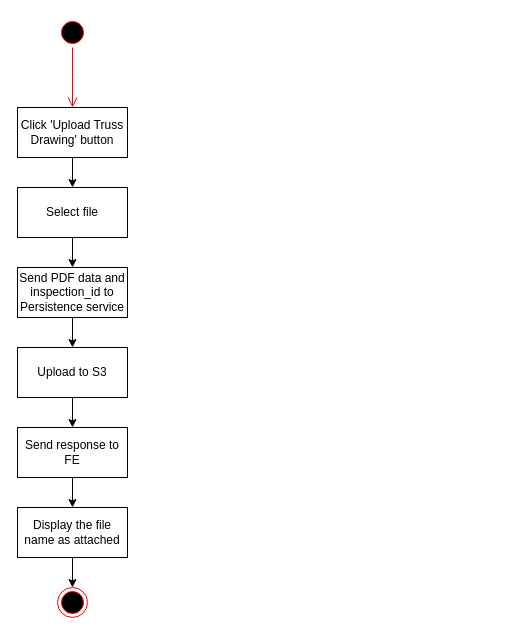
The draw.io diagram Upload drawing.drawio in malshan1998/draw.io, before the edit. Source tidied: cells renumbered, new cells numbered last; positions are measured from the earlier drawing's top-left corner, leaving out a move shared by most shapes. Both pictures are drawn from the tidied source at 100%, with x=0, y=0 at pixel (17, 17).
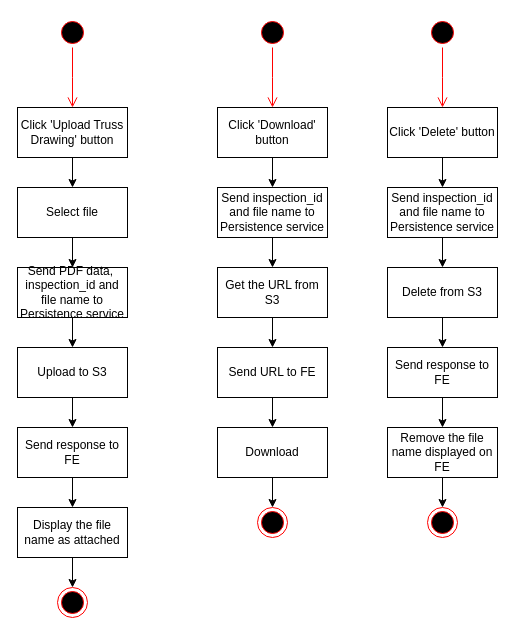
After the change.

Diff of the diagram source:
```diff
@@
-    <mxCell id="9" value="&lt;div&gt;Send PDF data and inspection_id to Persistence service&lt;/div&gt;" style="html=1;whiteSpace=wrap;" parent="1" vertex="1">
+    <mxCell id="9" value="&lt;div&gt;Send PDF data,&amp;nbsp; inspection_id and file name to Persistence service&lt;/div&gt;" style="html=1;whiteSpace=wrap;" parent="1" vertex="1">
       <mxGeometry y="250" width="110" height="50" as="geometry" />
     </mxCell>
@@
+    <mxCell id="17" style="ellipse;html=1;shape=startState;fillColor=#000000;strokeColor=#ff0000;" parent="1" vertex="1">
+      <mxGeometry x="240" width="30" height="30" as="geometry" />
+    </mxCell>
+    <mxCell id="18" style="edgeStyle=orthogonalEdgeStyle;html=1;verticalAlign=bottom;endArrow=open;endSize=8;strokeColor=#ff0000;rounded=0;" parent="1" edge="1" source="17">
+      <mxGeometry relative="1" as="geometry">
+        <mxPoint x="255" y="90" as="targetPoint" />
+      </mxGeometry>
+    </mxCell>
+    <mxCell id="19" style="edgeStyle=orthogonalEdgeStyle;rounded=0;jettySize=auto;html=1;exitX=0.5;exitY=1;exitDx=0;exitDy=0;entryX=0.5;entryY=0;entryDx=0;entryDy=0;" parent="1" edge="1" source="20" target="22">
+      <mxGeometry relative="1" as="geometry" />
+    </mxCell>
+    <mxCell id="20" value="Click 'Download' button" style="html=1;whiteSpace=wrap;" parent="1" vertex="1">
+      <mxGeometry x="200" y="90" width="110" height="50" as="geometry" />
+    </mxCell>
+    <mxCell id="21" style="edgeStyle=orthogonalEdgeStyle;rounded=0;jettySize=auto;html=1;exitX=0.5;exitY=1;exitDx=0;exitDy=0;entryX=0.5;entryY=0;entryDx=0;entryDy=0;" parent="1" edge="1" source="22" target="24">
+      <mxGeometry relative="1" as="geometry" />
+    </mxCell>
+    <mxCell id="22" value="Send inspection_id and file name to Persistence service" style="html=1;whiteSpace=wrap;" parent="1" vertex="1">
+      <mxGeometry x="200" y="170" width="110" height="50" as="geometry" />
+    </mxCell>
+    <mxCell id="23" style="edgeStyle=orthogonalEdgeStyle;rounded=0;jettySize=auto;html=1;exitX=0.5;exitY=1;exitDx=0;exitDy=0;entryX=0.5;entryY=0;entryDx=0;entryDy=0;" parent="1" edge="1" source="24" target="26">
+      <mxGeometry relative="1" as="geometry" />
+    </mxCell>
+    <mxCell id="24" value="Get the URL from S3" style="html=1;whiteSpace=wrap;" parent="1" vertex="1">
+      <mxGeometry x="200" y="250" width="110" height="50" as="geometry" />
+    </mxCell>
+    <mxCell id="25" style="edgeStyle=orthogonalEdgeStyle;rounded=0;jettySize=auto;html=1;exitX=0.5;exitY=1;exitDx=0;exitDy=0;entryX=0.5;entryY=0;entryDx=0;entryDy=0;" parent="1" edge="1" source="26" target="28">
+      <mxGeometry relative="1" as="geometry" />
+    </mxCell>
+    <mxCell id="26" value="Send URL to FE" style="html=1;whiteSpace=wrap;" parent="1" vertex="1">
+      <mxGeometry x="200" y="330" width="110" height="50" as="geometry" />
+    </mxCell>
+    <mxCell id="27" style="edgeStyle=orthogonalEdgeStyle;rounded=0;jettySize=auto;html=1;exitX=0.5;exitY=1;exitDx=0;exitDy=0;entryX=0.5;entryY=0;entryDx=0;entryDy=0;" parent="1" edge="1" source="28">
+      <mxGeometry relative="1" as="geometry">
+        <mxPoint x="255" y="490" as="targetPoint" />
+      </mxGeometry>
+    </mxCell>
+    <mxCell id="28" value="Download" style="html=1;whiteSpace=wrap;" parent="1" vertex="1">
+      <mxGeometry x="200" y="410" width="110" height="50" as="geometry" />
+    </mxCell>
+    <mxCell id="29" style="ellipse;html=1;shape=endState;fillColor=#000000;strokeColor=#ff0000;" parent="1" vertex="1">
+      <mxGeometry x="240" y="490" width="30" height="30" as="geometry" />
+    </mxCell>
+    <mxCell id="30" style="ellipse;html=1;shape=startState;fillColor=#000000;strokeColor=#ff0000;" parent="1" vertex="1">
+      <mxGeometry x="410" width="30" height="30" as="geometry" />
+    </mxCell>
+    <mxCell id="31" style="edgeStyle=orthogonalEdgeStyle;html=1;verticalAlign=bottom;endArrow=open;endSize=8;strokeColor=#ff0000;rounded=0;" parent="1" edge="1" source="30">
+      <mxGeometry relative="1" as="geometry">
+        <mxPoint x="425" y="90" as="targetPoint" />
+      </mxGeometry>
+    </mxCell>
+    <mxCell id="32" style="edgeStyle=orthogonalEdgeStyle;rounded=0;jettySize=auto;html=1;exitX=0.5;exitY=1;exitDx=0;exitDy=0;entryX=0.5;entryY=0;entryDx=0;entryDy=0;" parent="1" edge="1" source="33" target="35">
+      <mxGeometry relative="1" as="geometry" />
+    </mxCell>
+    <mxCell id="33" value="Click 'Delete' button" style="html=1;whiteSpace=wrap;" parent="1" vertex="1">
+      <mxGeometry x="370" y="90" width="110" height="50" as="geometry" />
+    </mxCell>
+    <mxCell id="34" style="edgeStyle=orthogonalEdgeStyle;rounded=0;jettySize=auto;html=1;exitX=0.5;exitY=1;exitDx=0;exitDy=0;entryX=0.5;entryY=0;entryDx=0;entryDy=0;" parent="1" edge="1" source="35" target="37">
+      <mxGeometry relative="1" as="geometry" />
+    </mxCell>
+    <mxCell id="35" value="Send inspection_id and file name to Persistence service" style="html=1;whiteSpace=wrap;" parent="1" vertex="1">
+      <mxGeometry x="370" y="170" width="110" height="50" as="geometry" />
+    </mxCell>
+    <mxCell id="36" style="edgeStyle=orthogonalEdgeStyle;rounded=0;jettySize=auto;html=1;exitX=0.5;exitY=1;exitDx=0;exitDy=0;entryX=0.5;entryY=0;entryDx=0;entryDy=0;" parent="1" edge="1" source="37" target="39">
+      <mxGeometry relative="1" as="geometry" />
+    </mxCell>
+    <mxCell id="37" value="Delete from S3" style="html=1;whiteSpace=wrap;" parent="1" vertex="1">
+      <mxGeometry x="370" y="250" width="110" height="50" as="geometry" />
+    </mxCell>
+    <mxCell id="38" style="edgeStyle=orthogonalEdgeStyle;rounded=0;jettySize=auto;html=1;exitX=0.5;exitY=1;exitDx=0;exitDy=0;entryX=0.5;entryY=0;entryDx=0;entryDy=0;" parent="1" edge="1" source="39" target="41">
+      <mxGeometry relative="1" as="geometry" />
+    </mxCell>
+    <mxCell id="39" value="Send response to FE" style="html=1;whiteSpace=wrap;" parent="1" vertex="1">
+      <mxGeometry x="370" y="330" width="110" height="50" as="geometry" />
+    </mxCell>
+    <mxCell id="40" style="edgeStyle=orthogonalEdgeStyle;rounded=0;jettySize=auto;html=1;exitX=0.5;exitY=1;exitDx=0;exitDy=0;entryX=0.5;entryY=0;entryDx=0;entryDy=0;" parent="1" edge="1" source="41">
+      <mxGeometry relative="1" as="geometry">
+        <mxPoint x="425" y="490" as="targetPoint" />
+      </mxGeometry>
+    </mxCell>
+    <mxCell id="41" value="Remove the file name displayed on FE" style="html=1;whiteSpace=wrap;" parent="1" vertex="1">
+      <mxGeometry x="370" y="410" width="110" height="50" as="geometry" />
+    </mxCell>
+    <mxCell id="42" style="ellipse;html=1;shape=endState;fillColor=#000000;strokeColor=#ff0000;" parent="1" vertex="1">
+      <mxGeometry x="410" y="490" width="30" height="30" as="geometry" />
+    </mxCell>
```
